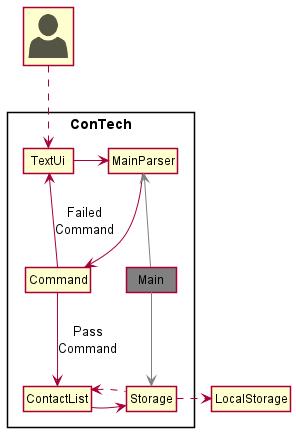
Above: docs/images/SystemArchitectureDiagram.png in nus-cs2113-AY2122S1/tp (PlantUML), before the change. Source of this version:
```plantuml
@startuml
!include <office/Users/user>
!include style.puml

Package "ConTech"<<Rectangle>>{
    Class TextUi
    Class MainParser
    Class Storage
    Class Command
    Class ContactList
    Class Main #grey
}

Class "<$user>" as User

Command --> TextUi : Failed\nCommand
TextUi -right-> MainParser
MainParser -down-> Command
Command -down-> ContactList : Pass\nCommand
ContactList -right-> Storage
Storage .left.> ContactList
Main -up[#grey]-> MainParser
Main -down[#grey]-> Storage
Storage .right.> LocalStorage

User ..> TextUi

@enduml
```
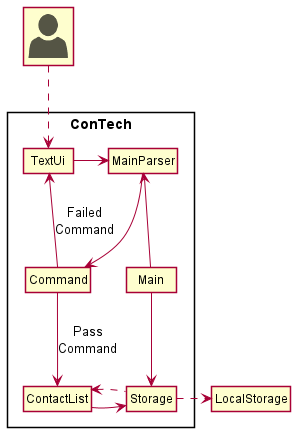
After the commit.

Change to the diagram source:
```diff
@@ -8,7 +8,7 @@
     Class Storage
     Class Command
     Class ContactList
-    Class Main #grey
+    Class Main
 }
 
 Class "<$user>" as User
@@ -19,8 +19,8 @@
 Command -down-> ContactList : Pass\nCommand
 ContactList -right-> Storage
 Storage .left.> ContactList
-Main -up[#grey]-> MainParser
-Main -down[#grey]-> Storage
+Main -up-> MainParser
+Main -down-> Storage
 Storage .right.> LocalStorage
 
 User ..> TextUi
```
